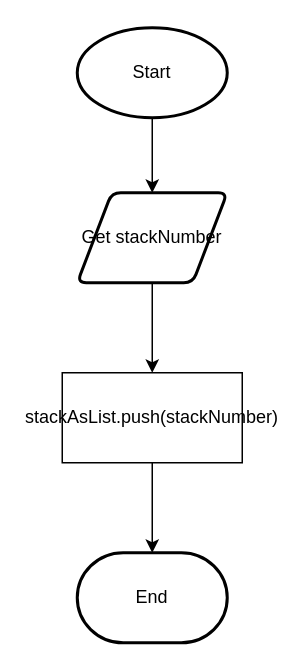
michael-clermont1/ics4u-unit2-01-typescript keeps this draw.io diagram as design/push.drawio. Above is the earlier version. Source tidied: cells renumbered, new cells numbered last; positions are measured from the earlier drawing's top-left corner, leaving out a move shared by most shapes. Both pictures are drawn from the tidied source at 150%, with x=0, y=0 at pixel (62, 27).
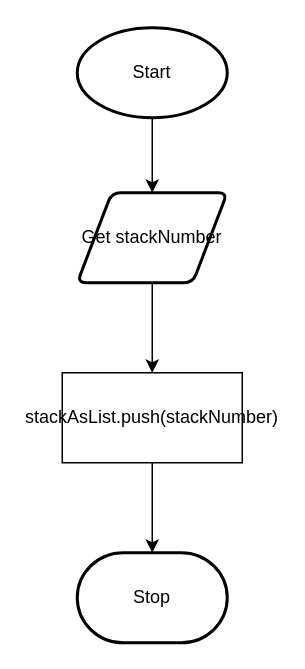
The same page after the edit.

Change to the diagram source:
```diff
@@
 <mxGraphModel>
   <root>
     <mxCell id="0" />
     <mxCell id="1" parent="0" />
     <mxCell id="2" style="edgeStyle=none;html=1;entryX=0.5;entryY=0;entryDx=0;entryDy=0;" parent="1" edge="1" source="3" target="5">
       <mxGeometry relative="1" as="geometry" />
     </mxCell>
     <mxCell id="3" value="Start" style="strokeWidth=2;html=1;shape=mxgraph.flowchart.start_1;whiteSpace=wrap;" parent="1" vertex="1">
       <mxGeometry x="10" width="100" height="60" as="geometry" />
     </mxCell>
     <mxCell id="4" style="edgeStyle=none;html=1;entryX=0.5;entryY=0;entryDx=0;entryDy=0;" parent="1" edge="1" source="5" target="7">
       <mxGeometry relative="1" as="geometry" />
     </mxCell>
     <mxCell id="5" value="Get stackNumber" style="shape=parallelogram;html=1;strokeWidth=2;perimeter=parallelogramPerimeter;whiteSpace=wrap;rounded=1;arcSize=12;size=0.23;" parent="1" vertex="1">
       <mxGeometry x="10" y="110" width="100" height="60" as="geometry" />
     </mxCell>
     <mxCell id="6" style="edgeStyle=none;html=1;entryX=0.5;entryY=0;entryDx=0;entryDy=0;entryPerimeter=0;" parent="1" edge="1" source="7">
       <mxGeometry relative="1" as="geometry">
         <mxPoint x="60" y="350" as="targetPoint" />
       </mxGeometry>
     </mxCell>
     <mxCell id="7" value="stackAsList.push(stackNumber)" style="rounded=0;whiteSpace=wrap;html=1;" parent="1" vertex="1">
       <mxGeometry y="230" width="120" height="60" as="geometry" />
     </mxCell>
-    <mxCell id="8" value="End" style="strokeWidth=2;html=1;shape=mxgraph.flowchart.terminator;whiteSpace=wrap;" parent="1" vertex="1">
+    <mxCell id="8" value="Stop" style="strokeWidth=2;html=1;shape=mxgraph.flowchart.terminator;whiteSpace=wrap;" parent="1" vertex="1">
       <mxGeometry x="10" y="350" width="100" height="60" as="geometry" />
     </mxCell>
   </root>
 </mxGraphModel>
```
